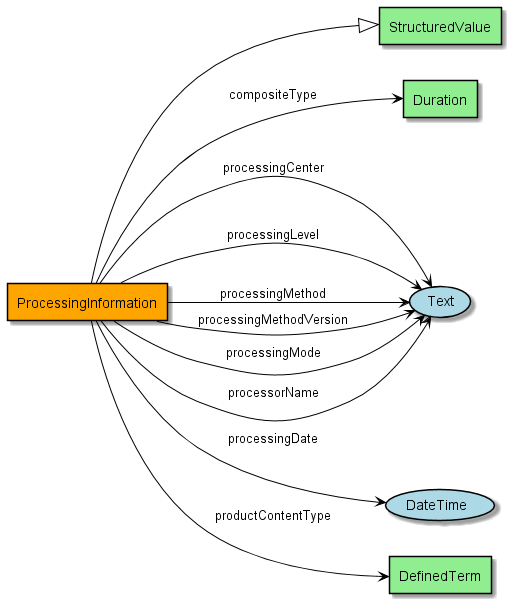
Earlier version of the PlantUML export series/diagrams/diagram-ProcessingInformation.png (eovoc/eo-on-schema.org).
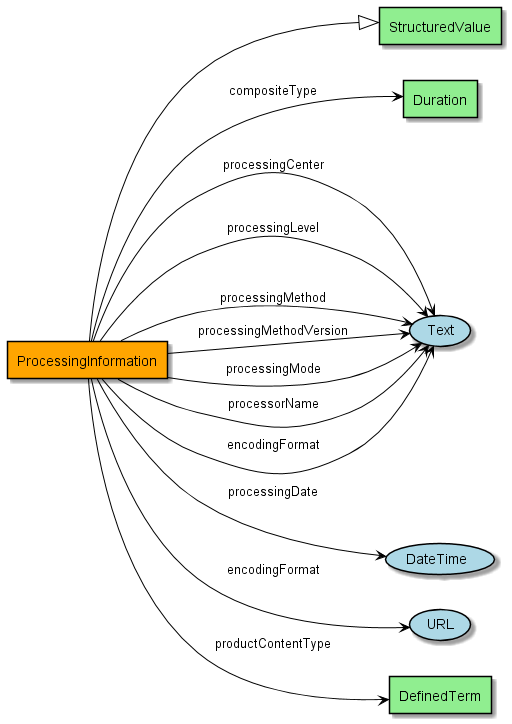
Later version of the same file.

What changed in the source:
```diff
@@ -21,6 +21,8 @@
 ProcessingInformation --> (Text) : "processingMode"
 Class ProcessingInformation #orange
 ProcessingInformation --> (Text) : "processorName"
+ProcessingInformation --> (Text) : "encodingFormat"
+ProcessingInformation --> (URL) : "encodingFormat"
 Class ProcessingInformation #orange
 Class DefinedTerm
 ProcessingInformation --> DefinedTerm : "productContentType"
```
